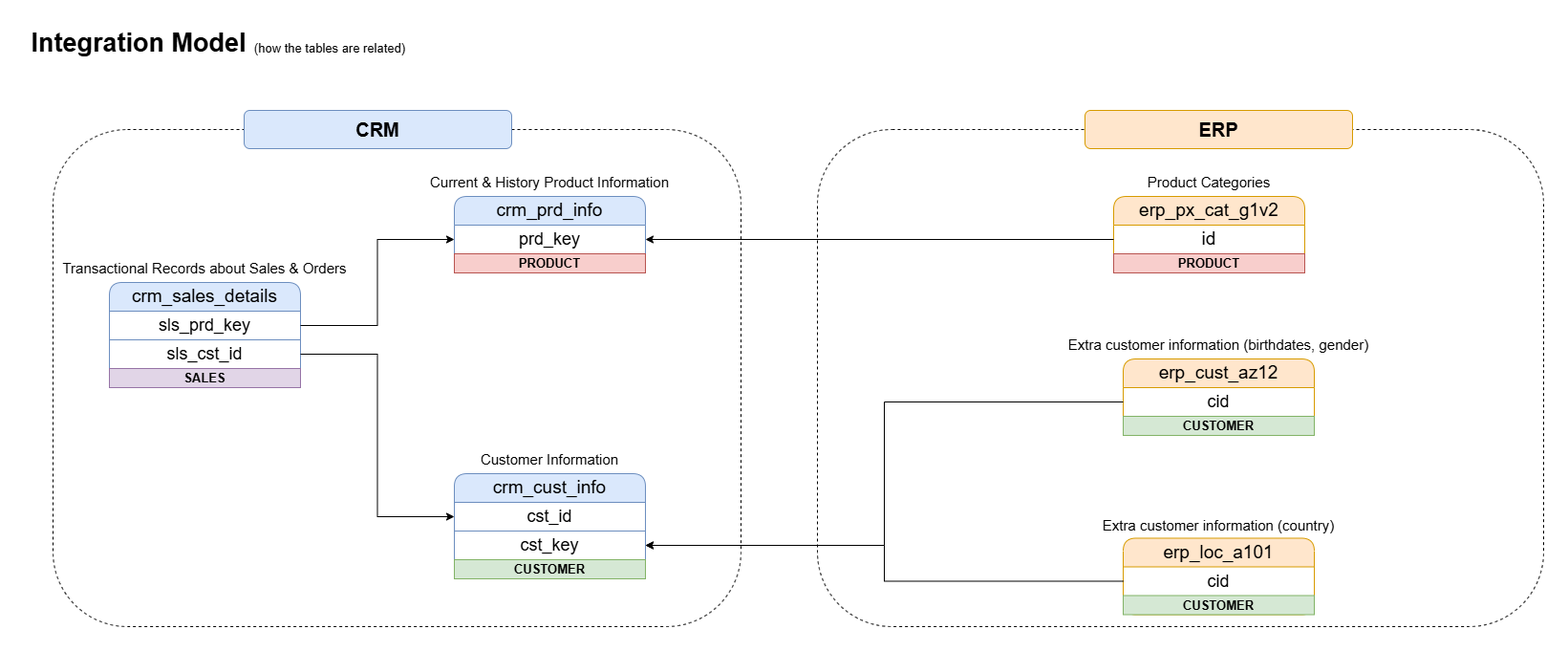
The draw.io diagram docs/images/integration_model.png in kms-gitgut/sql-data-warehouse-project, before a commit. Source tidied: cells renumbered, new cells last; positions are measured from the earlier drawing's top-left corner, leaving out a move shared by most shapes. The source it was exported from:
```xml
<mxGraphModel>
  <root>
    <mxCell id="0" />
    <mxCell id="1" parent="0" />
    <mxCell id="2" style="rounded=1;whiteSpace=wrap;html=1;fillColor=none;dashed=1;" parent="1" vertex="1">
      <mxGeometry x="830" y="110" width="760" height="520" as="geometry" />
    </mxCell>
    <mxCell id="3" style="rounded=1;whiteSpace=wrap;html=1;fillColor=none;dashed=1;" parent="1" vertex="1">
      <mxGeometry x="30" y="110" width="720" height="520" as="geometry" />
    </mxCell>
    <mxCell id="4" value="&lt;font style=&quot;font-size: 27px;&quot;&gt;&lt;b style=&quot;&quot;&gt;Integration Model&lt;/b&gt;&lt;/font&gt;" style="text;html=1;whiteSpace=wrap;strokeColor=none;fillColor=none;align=center;verticalAlign=middle;rounded=0;" parent="1" vertex="1">
      <mxGeometry width="240" height="40" as="geometry" />
    </mxCell>
    <mxCell id="5" value="&lt;font style=&quot;font-size: 13px;&quot;&gt;(how the tables are related)&lt;/font&gt;" style="text;html=1;whiteSpace=wrap;strokeColor=none;fillColor=none;align=center;verticalAlign=middle;rounded=0;" parent="1" vertex="1">
      <mxGeometry x="230" y="10" width="180" height="30" as="geometry" />
    </mxCell>
    <mxCell id="6" value="crm_cust_info" style="swimlane;fontStyle=0;horizontal=1;startSize=30;whiteSpace=wrap;html=1;rounded=1;fillColor=#dae8fc;strokeColor=#6c8ebf;fontSize=19;" parent="1" vertex="1">
      <mxGeometry x="450" y="470" width="200" height="110" as="geometry" />
    </mxCell>
    <mxCell id="7" value="&lt;font style=&quot;font-size: 18px;&quot;&gt;cst_id&lt;/font&gt;" style="text;strokeColor=#6c8ebf;fillColor=none;align=center;verticalAlign=middle;spacingLeft=4;spacingRight=4;overflow=hidden;points=[[0,0.5],[1,0.5]];portConstraint=eastwest;whiteSpace=wrap;html=1;fontSize=19;" parent="6" vertex="1">
      <mxGeometry y="30" width="200" height="30" as="geometry" />
    </mxCell>
    <mxCell id="8" value="&lt;font style=&quot;font-size: 18px;&quot;&gt;cst_key&lt;/font&gt;" style="text;strokeColor=none;fillColor=none;align=center;verticalAlign=middle;spacingLeft=4;spacingRight=4;overflow=hidden;points=[[0,0.5],[1,0.5]];portConstraint=eastwest;whiteSpace=wrap;html=1;fontSize=19;" parent="6" vertex="1">
      <mxGeometry y="60" width="200" height="30" as="geometry" />
    </mxCell>
    <mxCell id="9" value="&lt;font&gt;&lt;b&gt;CUSTOMER&lt;/b&gt;&lt;/font&gt;" style="text;html=1;strokeColor=#82b366;fillColor=#d5e8d4;align=center;verticalAlign=middle;whiteSpace=wrap;overflow=hidden;fontSize=13;" parent="6" vertex="1">
      <mxGeometry y="90" width="200" height="20" as="geometry" />
    </mxCell>
    <mxCell id="10" value="&lt;font style=&quot;font-size: 15px;&quot;&gt;Customer Information&lt;/font&gt;" style="text;html=1;whiteSpace=wrap;strokeColor=none;fillColor=none;align=center;verticalAlign=middle;rounded=0;" parent="1" vertex="1">
      <mxGeometry x="450" y="440" width="200" height="30" as="geometry" />
    </mxCell>
    <mxCell id="11" value="crm_prd_info" style="swimlane;fontStyle=0;horizontal=1;startSize=30;whiteSpace=wrap;html=1;rounded=1;fillColor=#dae8fc;strokeColor=#6c8ebf;fontSize=19;" parent="1" vertex="1">
      <mxGeometry x="450" y="180" width="200" height="80" as="geometry" />
    </mxCell>
    <mxCell id="12" value="&lt;font style=&quot;font-size: 18px;&quot;&gt;prd_key&lt;/font&gt;" style="text;strokeColor=none;fillColor=none;align=center;verticalAlign=middle;spacingLeft=4;spacingRight=4;overflow=hidden;points=[[0,0.5],[1,0.5]];portConstraint=eastwest;whiteSpace=wrap;html=1;fontSize=19;" parent="11" vertex="1">
      <mxGeometry y="30" width="200" height="30" as="geometry" />
    </mxCell>
    <mxCell id="13" value="&lt;font&gt;&lt;b&gt;PRODUCT&lt;/b&gt;&lt;/font&gt;" style="text;html=1;strokeColor=#b85450;fillColor=#f8cecc;align=center;verticalAlign=middle;whiteSpace=wrap;overflow=hidden;fontSize=13;" parent="11" vertex="1">
      <mxGeometry y="60" width="200" height="20" as="geometry" />
    </mxCell>
    <mxCell id="14" value="&lt;font style=&quot;font-size: 15px;&quot;&gt;Current &amp;amp; History Product Information&lt;/font&gt;" style="text;html=1;whiteSpace=wrap;strokeColor=none;fillColor=none;align=center;verticalAlign=middle;rounded=0;" parent="1" vertex="1">
      <mxGeometry x="400" y="150" width="300" height="30" as="geometry" />
    </mxCell>
    <mxCell id="15" value="crm_sales_details" style="swimlane;fontStyle=0;horizontal=1;startSize=30;whiteSpace=wrap;html=1;rounded=1;fillColor=#dae8fc;strokeColor=#6c8ebf;fontSize=19;" parent="1" vertex="1">
      <mxGeometry x="89" y="270" width="200" height="110" as="geometry" />
    </mxCell>
    <mxCell id="16" value="&lt;font style=&quot;font-size: 18px;&quot;&gt;sls_prd_key&lt;/font&gt;" style="text;strokeColor=#6c8ebf;fillColor=none;align=center;verticalAlign=middle;spacingLeft=4;spacingRight=4;overflow=hidden;points=[[0,0.5],[1,0.5]];portConstraint=eastwest;whiteSpace=wrap;html=1;fontSize=19;rounded=0;" parent="15" vertex="1">
      <mxGeometry y="30" width="200" height="30" as="geometry" />
    </mxCell>
    <mxCell id="17" value="&lt;font style=&quot;font-size: 18px;&quot;&gt;sls_cst_id&lt;/font&gt;" style="text;strokeColor=none;fillColor=none;align=center;verticalAlign=middle;spacingLeft=4;spacingRight=4;overflow=hidden;points=[[0,0.5],[1,0.5]];portConstraint=eastwest;whiteSpace=wrap;html=1;fontSize=19;dashed=1;rounded=0;" parent="15" vertex="1">
      <mxGeometry y="60" width="200" height="30" as="geometry" />
    </mxCell>
    <mxCell id="18" value="&lt;font&gt;&lt;b&gt;SALES&lt;/b&gt;&lt;/font&gt;" style="text;html=1;strokeColor=#9673a6;fillColor=#e1d5e7;align=center;verticalAlign=middle;whiteSpace=wrap;overflow=hidden;fontSize=13;" parent="15" vertex="1">
      <mxGeometry y="90" width="200" height="20" as="geometry" />
    </mxCell>
    <mxCell id="19" value="&lt;font style=&quot;font-size: 15px;&quot;&gt;Transactional Records about Sales &amp;amp; Orders&lt;/font&gt;" style="text;html=1;whiteSpace=wrap;strokeColor=none;fillColor=none;align=center;verticalAlign=middle;rounded=0;" parent="1" vertex="1">
      <mxGeometry x="39" y="240" width="300" height="30" as="geometry" />
    </mxCell>
    <mxCell id="20" style="edgeStyle=orthogonalEdgeStyle;rounded=0;jettySize=auto;html=1;" parent="1" edge="1" source="16" target="12">
      <mxGeometry relative="1" as="geometry" />
    </mxCell>
    <mxCell id="21" style="edgeStyle=orthogonalEdgeStyle;rounded=0;jettySize=auto;html=1;entryX=0;entryY=0.5;entryDx=0;entryDy=0;" parent="1" edge="1" source="17" target="7">
      <mxGeometry relative="1" as="geometry" />
    </mxCell>
    <mxCell id="22" value="erp_cust_az12" style="swimlane;fontStyle=0;horizontal=1;startSize=30;whiteSpace=wrap;html=1;rounded=1;fillColor=#ffe6cc;strokeColor=#d79b00;fontSize=19;" parent="1" vertex="1">
      <mxGeometry x="1150" y="350" width="200" height="80" as="geometry" />
    </mxCell>
    <mxCell id="23" value="&lt;font style=&quot;font-size: 18px;&quot;&gt;cid&lt;/font&gt;" style="text;strokeColor=none;fillColor=none;align=center;verticalAlign=middle;spacingLeft=4;spacingRight=4;overflow=hidden;points=[[0,0.5],[1,0.5]];portConstraint=eastwest;whiteSpace=wrap;html=1;fontSize=19;" parent="22" vertex="1">
      <mxGeometry y="30" width="200" height="30" as="geometry" />
    </mxCell>
    <mxCell id="24" value="&lt;font&gt;&lt;b&gt;CUSTOMER&lt;/b&gt;&lt;/font&gt;" style="text;html=1;strokeColor=#82b366;fillColor=#d5e8d4;align=center;verticalAlign=middle;whiteSpace=wrap;overflow=hidden;fontSize=13;" parent="22" vertex="1">
      <mxGeometry y="60" width="200" height="20" as="geometry" />
    </mxCell>
    <mxCell id="25" value="&lt;font style=&quot;font-size: 15px;&quot;&gt;Extra customer information (birthdates, gender)&lt;/font&gt;" style="text;html=1;whiteSpace=wrap;strokeColor=none;fillColor=none;align=center;verticalAlign=middle;rounded=0;" parent="1" vertex="1">
      <mxGeometry x="1090" y="320" width="320" height="30" as="geometry" />
    </mxCell>
    <mxCell id="26" value="erp_loc_a101" style="swimlane;fontStyle=0;horizontal=1;startSize=30;whiteSpace=wrap;html=1;rounded=1;fillColor=#ffe6cc;strokeColor=#d79b00;fontSize=19;" parent="1" vertex="1">
      <mxGeometry x="1150" y="537.5" width="200" height="80" as="geometry" />
    </mxCell>
    <mxCell id="27" value="&lt;font style=&quot;font-size: 18px;&quot;&gt;cid&lt;/font&gt;" style="text;strokeColor=none;fillColor=none;align=center;verticalAlign=middle;spacingLeft=4;spacingRight=4;overflow=hidden;points=[[0,0.5],[1,0.5]];portConstraint=eastwest;whiteSpace=wrap;html=1;fontSize=19;" parent="26" vertex="1">
      <mxGeometry y="30" width="200" height="30" as="geometry" />
    </mxCell>
    <mxCell id="28" value="&lt;font&gt;&lt;b&gt;CUSTOMER&lt;/b&gt;&lt;/font&gt;" style="text;html=1;strokeColor=#82b366;fillColor=#d5e8d4;align=center;verticalAlign=middle;whiteSpace=wrap;overflow=hidden;fontSize=13;" parent="26" vertex="1">
      <mxGeometry y="60" width="200" height="20" as="geometry" />
    </mxCell>
    <mxCell id="29" value="&lt;font style=&quot;font-size: 15px;&quot;&gt;Extra customer information (country)&lt;/font&gt;" style="text;html=1;whiteSpace=wrap;strokeColor=none;fillColor=none;align=center;verticalAlign=middle;rounded=0;" parent="1" vertex="1">
      <mxGeometry x="1125" y="510" width="250" height="27.5" as="geometry" />
    </mxCell>
    <mxCell id="30" value="erp_px_cat_g1v2" style="swimlane;fontStyle=0;horizontal=1;startSize=30;whiteSpace=wrap;html=1;rounded=1;fillColor=#ffe6cc;strokeColor=#d79b00;fontSize=19;" parent="1" vertex="1">
      <mxGeometry x="1140" y="180" width="200" height="80" as="geometry" />
    </mxCell>
    <mxCell id="31" value="id" style="text;strokeColor=none;fillColor=none;align=center;verticalAlign=middle;spacingLeft=4;spacingRight=4;overflow=hidden;points=[[0,0.5],[1,0.5]];portConstraint=eastwest;whiteSpace=wrap;html=1;fontSize=19;" parent="30" vertex="1">
      <mxGeometry y="30" width="200" height="30" as="geometry" />
    </mxCell>
    <mxCell id="32" value="&lt;font&gt;&lt;b&gt;PRODUCT&lt;/b&gt;&lt;/font&gt;" style="text;html=1;strokeColor=#b85450;fillColor=#f8cecc;align=center;verticalAlign=middle;whiteSpace=wrap;overflow=hidden;fontSize=13;" parent="30" vertex="1">
      <mxGeometry y="60" width="200" height="20" as="geometry" />
    </mxCell>
    <mxCell id="33" value="&lt;font style=&quot;font-size: 15px;&quot;&gt;Product Categories&lt;/font&gt;" style="text;html=1;whiteSpace=wrap;strokeColor=none;fillColor=none;align=center;verticalAlign=middle;rounded=0;" parent="1" vertex="1">
      <mxGeometry x="1140" y="150" width="200" height="30" as="geometry" />
    </mxCell>
    <mxCell id="34" style="edgeStyle=orthogonalEdgeStyle;rounded=0;jettySize=auto;html=1;" parent="1" edge="1" source="31" target="12">
      <mxGeometry relative="1" as="geometry" />
    </mxCell>
    <mxCell id="35" style="edgeStyle=orthogonalEdgeStyle;rounded=0;jettySize=auto;html=1;" parent="1" edge="1" source="23" target="8">
      <mxGeometry relative="1" as="geometry" />
    </mxCell>
    <mxCell id="36" style="edgeStyle=orthogonalEdgeStyle;rounded=0;jettySize=auto;html=1;entryX=1;entryY=0.5;entryDx=0;entryDy=0;" parent="1" edge="1" source="27" target="8">
      <mxGeometry relative="1" as="geometry" />
    </mxCell>
    <mxCell id="37" value="&lt;font style=&quot;font-size: 20px;&quot;&gt;&lt;b style=&quot;&quot;&gt;CRM&lt;/b&gt;&lt;/font&gt;" style="rounded=1;whiteSpace=wrap;html=1;fillColor=#dae8fc;strokeColor=#6c8ebf;" parent="1" vertex="1">
      <mxGeometry x="230" y="90" width="280" height="40" as="geometry" />
    </mxCell>
    <mxCell id="38" value="&lt;font&gt;&lt;span&gt;ERP&lt;/span&gt;&lt;/font&gt;" style="rounded=1;whiteSpace=wrap;html=1;fillColor=#ffe6cc;strokeColor=#d79b00;fontSize=20;fontStyle=1;" parent="1" vertex="1">
      <mxGeometry x="1110" y="90" width="280" height="40" as="geometry" />
    </mxCell>
  </root>
</mxGraphModel>
```
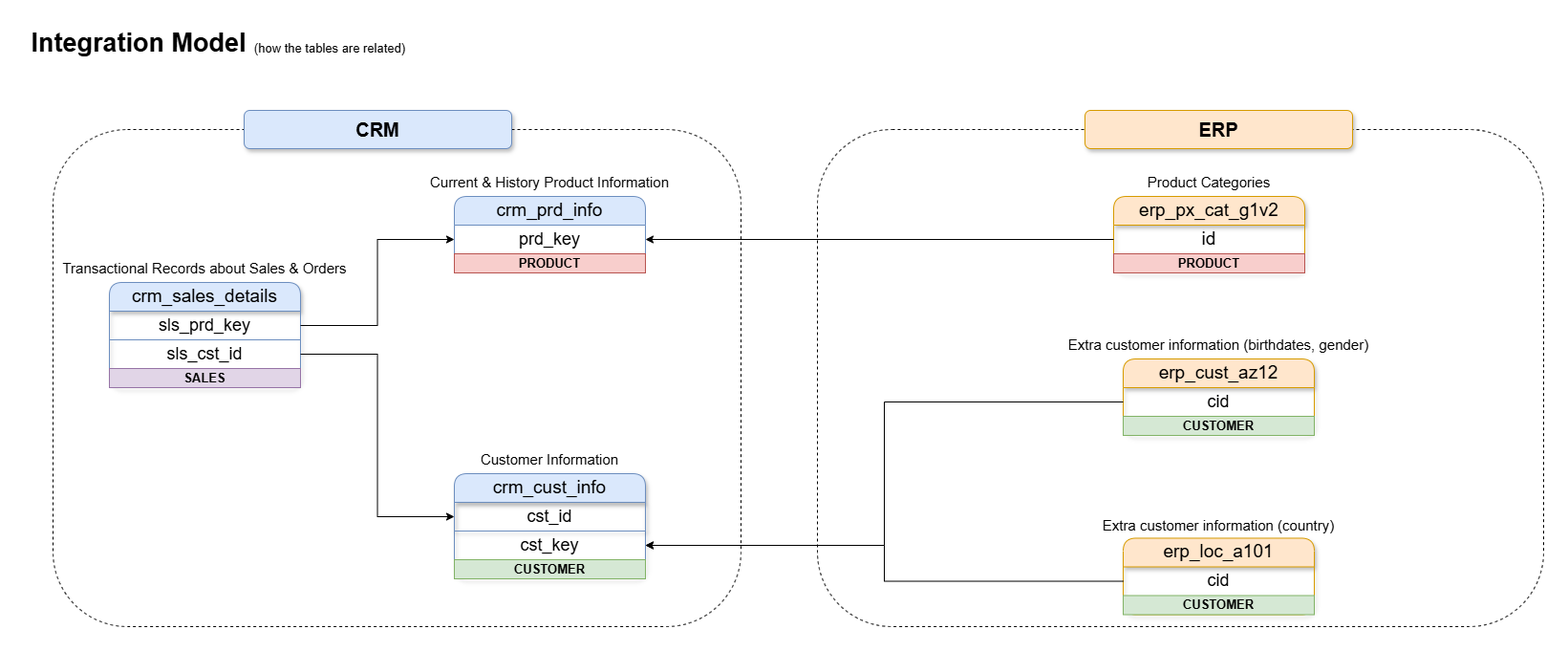
Above is the later version.

The edit, as a diff of the source:
```diff
@@ -14,10 +14,10 @@
     <mxCell id="5" value="&lt;font style=&quot;font-size: 13px;&quot;&gt;(how the tables are related)&lt;/font&gt;" style="text;html=1;whiteSpace=wrap;strokeColor=none;fillColor=none;align=center;verticalAlign=middle;rounded=0;" parent="1" vertex="1">
       <mxGeometry x="230" y="10" width="180" height="30" as="geometry" />
     </mxCell>
-    <mxCell id="6" value="crm_cust_info" style="swimlane;fontStyle=0;horizontal=1;startSize=30;whiteSpace=wrap;html=1;rounded=1;fillColor=#dae8fc;strokeColor=#6c8ebf;fontSize=19;" parent="1" vertex="1">
+    <mxCell id="6" value="crm_cust_info" style="swimlane;fontStyle=0;horizontal=1;startSize=30;whiteSpace=wrap;html=1;rounded=1;fillColor=#dae8fc;strokeColor=#6c8ebf;fontSize=19;shadow=1;" parent="1" vertex="1">
       <mxGeometry x="450" y="470" width="200" height="110" as="geometry" />
     </mxCell>
-    <mxCell id="7" value="&lt;font style=&quot;font-size: 18px;&quot;&gt;cst_id&lt;/font&gt;" style="text;strokeColor=#6c8ebf;fillColor=none;align=center;verticalAlign=middle;spacingLeft=4;spacingRight=4;overflow=hidden;points=[[0,0.5],[1,0.5]];portConstraint=eastwest;whiteSpace=wrap;html=1;fontSize=19;" parent="6" vertex="1">
+    <mxCell id="7" value="&lt;font style=&quot;font-size: 18px;&quot;&gt;cst_id&lt;/font&gt;" style="text;strokeColor=#6c8ebf;fillColor=none;align=center;verticalAlign=middle;spacingLeft=4;spacingRight=4;overflow=hidden;points=[[0,0.5],[1,0.5]];portConstraint=eastwest;whiteSpace=wrap;html=1;fontSize=19;shadow=1;" parent="6" vertex="1">
       <mxGeometry y="30" width="200" height="30" as="geometry" />
     </mxCell>
     <mxCell id="8" value="&lt;font style=&quot;font-size: 18px;&quot;&gt;cst_key&lt;/font&gt;" style="text;strokeColor=none;fillColor=none;align=center;verticalAlign=middle;spacingLeft=4;spacingRight=4;overflow=hidden;points=[[0,0.5],[1,0.5]];portConstraint=eastwest;whiteSpace=wrap;html=1;fontSize=19;" parent="6" vertex="1">
@@ -32,7 +32,7 @@
     <mxCell id="11" value="crm_prd_info" style="swimlane;fontStyle=0;horizontal=1;startSize=30;whiteSpace=wrap;html=1;rounded=1;fillColor=#dae8fc;strokeColor=#6c8ebf;fontSize=19;" parent="1" vertex="1">
       <mxGeometry x="450" y="180" width="200" height="80" as="geometry" />
     </mxCell>
-    <mxCell id="12" value="&lt;font style=&quot;font-size: 18px;&quot;&gt;prd_key&lt;/font&gt;" style="text;strokeColor=none;fillColor=none;align=center;verticalAlign=middle;spacingLeft=4;spacingRight=4;overflow=hidden;points=[[0,0.5],[1,0.5]];portConstraint=eastwest;whiteSpace=wrap;html=1;fontSize=19;" parent="11" vertex="1">
+    <mxCell id="12" value="&lt;font style=&quot;font-size: 18px;&quot;&gt;prd_key&lt;/font&gt;" style="text;strokeColor=none;fillColor=none;align=center;verticalAlign=middle;spacingLeft=4;spacingRight=4;overflow=hidden;points=[[0,0.5],[1,0.5]];portConstraint=eastwest;whiteSpace=wrap;html=1;fontSize=19;shadow=1;" parent="11" vertex="1">
       <mxGeometry y="30" width="200" height="30" as="geometry" />
     </mxCell>
     <mxCell id="13" value="&lt;font&gt;&lt;b&gt;PRODUCT&lt;/b&gt;&lt;/font&gt;" style="text;html=1;strokeColor=#b85450;fillColor=#f8cecc;align=center;verticalAlign=middle;whiteSpace=wrap;overflow=hidden;fontSize=13;" parent="11" vertex="1">
@@ -41,7 +41,7 @@
     <mxCell id="14" value="&lt;font style=&quot;font-size: 15px;&quot;&gt;Current &amp;amp; History Product Information&lt;/font&gt;" style="text;html=1;whiteSpace=wrap;strokeColor=none;fillColor=none;align=center;verticalAlign=middle;rounded=0;" parent="1" vertex="1">
       <mxGeometry x="400" y="150" width="300" height="30" as="geometry" />
     </mxCell>
-    <mxCell id="15" value="crm_sales_details" style="swimlane;fontStyle=0;horizontal=1;startSize=30;whiteSpace=wrap;html=1;rounded=1;fillColor=#dae8fc;strokeColor=#6c8ebf;fontSize=19;" parent="1" vertex="1">
+    <mxCell id="15" value="crm_sales_details" style="swimlane;fontStyle=0;horizontal=1;startSize=30;whiteSpace=wrap;html=1;rounded=1;fillColor=#dae8fc;strokeColor=#6c8ebf;fontSize=19;shadow=1;" parent="1" vertex="1">
       <mxGeometry x="89" y="270" width="200" height="110" as="geometry" />
     </mxCell>
     <mxCell id="16" value="&lt;font style=&quot;font-size: 18px;&quot;&gt;sls_prd_key&lt;/font&gt;" style="text;strokeColor=#6c8ebf;fillColor=none;align=center;verticalAlign=middle;spacingLeft=4;spacingRight=4;overflow=hidden;points=[[0,0.5],[1,0.5]];portConstraint=eastwest;whiteSpace=wrap;html=1;fontSize=19;rounded=0;" parent="15" vertex="1">
@@ -62,7 +62,7 @@
     <mxCell id="21" style="edgeStyle=orthogonalEdgeStyle;rounded=0;jettySize=auto;html=1;entryX=0;entryY=0.5;entryDx=0;entryDy=0;" parent="1" edge="1" source="17" target="7">
       <mxGeometry relative="1" as="geometry" />
     </mxCell>
-    <mxCell id="22" value="erp_cust_az12" style="swimlane;fontStyle=0;horizontal=1;startSize=30;whiteSpace=wrap;html=1;rounded=1;fillColor=#ffe6cc;strokeColor=#d79b00;fontSize=19;" parent="1" vertex="1">
+    <mxCell id="22" value="erp_cust_az12" style="swimlane;fontStyle=0;horizontal=1;startSize=30;whiteSpace=wrap;html=1;rounded=1;fillColor=#ffe6cc;strokeColor=#d79b00;fontSize=19;shadow=1;" parent="1" vertex="1">
       <mxGeometry x="1150" y="350" width="200" height="80" as="geometry" />
     </mxCell>
     <mxCell id="23" value="&lt;font style=&quot;font-size: 18px;&quot;&gt;cid&lt;/font&gt;" style="text;strokeColor=none;fillColor=none;align=center;verticalAlign=middle;spacingLeft=4;spacingRight=4;overflow=hidden;points=[[0,0.5],[1,0.5]];portConstraint=eastwest;whiteSpace=wrap;html=1;fontSize=19;" parent="22" vertex="1">
@@ -74,7 +74,7 @@
     <mxCell id="25" value="&lt;font style=&quot;font-size: 15px;&quot;&gt;Extra customer information (birthdates, gender)&lt;/font&gt;" style="text;html=1;whiteSpace=wrap;strokeColor=none;fillColor=none;align=center;verticalAlign=middle;rounded=0;" parent="1" vertex="1">
       <mxGeometry x="1090" y="320" width="320" height="30" as="geometry" />
     </mxCell>
-    <mxCell id="26" value="erp_loc_a101" style="swimlane;fontStyle=0;horizontal=1;startSize=30;whiteSpace=wrap;html=1;rounded=1;fillColor=#ffe6cc;strokeColor=#d79b00;fontSize=19;" parent="1" vertex="1">
+    <mxCell id="26" value="erp_loc_a101" style="swimlane;fontStyle=0;horizontal=1;startSize=30;whiteSpace=wrap;html=1;rounded=1;fillColor=#ffe6cc;strokeColor=#d79b00;fontSize=19;shadow=1;" parent="1" vertex="1">
       <mxGeometry x="1150" y="537.5" width="200" height="80" as="geometry" />
     </mxCell>
     <mxCell id="27" value="&lt;font style=&quot;font-size: 18px;&quot;&gt;cid&lt;/font&gt;" style="text;strokeColor=none;fillColor=none;align=center;verticalAlign=middle;spacingLeft=4;spacingRight=4;overflow=hidden;points=[[0,0.5],[1,0.5]];portConstraint=eastwest;whiteSpace=wrap;html=1;fontSize=19;" parent="26" vertex="1">
@@ -86,7 +86,7 @@
     <mxCell id="29" value="&lt;font style=&quot;font-size: 15px;&quot;&gt;Extra customer information (country)&lt;/font&gt;" style="text;html=1;whiteSpace=wrap;strokeColor=none;fillColor=none;align=center;verticalAlign=middle;rounded=0;" parent="1" vertex="1">
       <mxGeometry x="1125" y="510" width="250" height="27.5" as="geometry" />
     </mxCell>
-    <mxCell id="30" value="erp_px_cat_g1v2" style="swimlane;fontStyle=0;horizontal=1;startSize=30;whiteSpace=wrap;html=1;rounded=1;fillColor=#ffe6cc;strokeColor=#d79b00;fontSize=19;" parent="1" vertex="1">
+    <mxCell id="30" value="erp_px_cat_g1v2" style="swimlane;fontStyle=0;horizontal=1;startSize=30;whiteSpace=wrap;html=1;rounded=1;fillColor=#ffe6cc;strokeColor=#d79b00;fontSize=19;shadow=1;" parent="1" vertex="1">
       <mxGeometry x="1140" y="180" width="200" height="80" as="geometry" />
     </mxCell>
     <mxCell id="31" value="id" style="text;strokeColor=none;fillColor=none;align=center;verticalAlign=middle;spacingLeft=4;spacingRight=4;overflow=hidden;points=[[0,0.5],[1,0.5]];portConstraint=eastwest;whiteSpace=wrap;html=1;fontSize=19;" parent="30" vertex="1">
@@ -107,10 +107,10 @@
     <mxCell id="36" style="edgeStyle=orthogonalEdgeStyle;rounded=0;jettySize=auto;html=1;entryX=1;entryY=0.5;entryDx=0;entryDy=0;" parent="1" edge="1" source="27" target="8">
       <mxGeometry relative="1" as="geometry" />
     </mxCell>
-    <mxCell id="37" value="&lt;font style=&quot;font-size: 20px;&quot;&gt;&lt;b style=&quot;&quot;&gt;CRM&lt;/b&gt;&lt;/font&gt;" style="rounded=1;whiteSpace=wrap;html=1;fillColor=#dae8fc;strokeColor=#6c8ebf;" parent="1" vertex="1">
+    <mxCell id="37" value="&lt;font style=&quot;font-size: 20px;&quot;&gt;&lt;b style=&quot;&quot;&gt;CRM&lt;/b&gt;&lt;/font&gt;" style="rounded=1;whiteSpace=wrap;html=1;fillColor=#dae8fc;strokeColor=#6c8ebf;shadow=1;" parent="1" vertex="1">
       <mxGeometry x="230" y="90" width="280" height="40" as="geometry" />
     </mxCell>
-    <mxCell id="38" value="&lt;font&gt;&lt;span&gt;ERP&lt;/span&gt;&lt;/font&gt;" style="rounded=1;whiteSpace=wrap;html=1;fillColor=#ffe6cc;strokeColor=#d79b00;fontSize=20;fontStyle=1;" parent="1" vertex="1">
+    <mxCell id="38" value="&lt;font&gt;&lt;span&gt;ERP&lt;/span&gt;&lt;/font&gt;" style="rounded=1;whiteSpace=wrap;html=1;fillColor=#ffe6cc;strokeColor=#d79b00;fontSize=20;fontStyle=1;glass=0;shadow=1;" parent="1" vertex="1">
       <mxGeometry x="1110" y="90" width="280" height="40" as="geometry" />
     </mxCell>
   </root>
```
